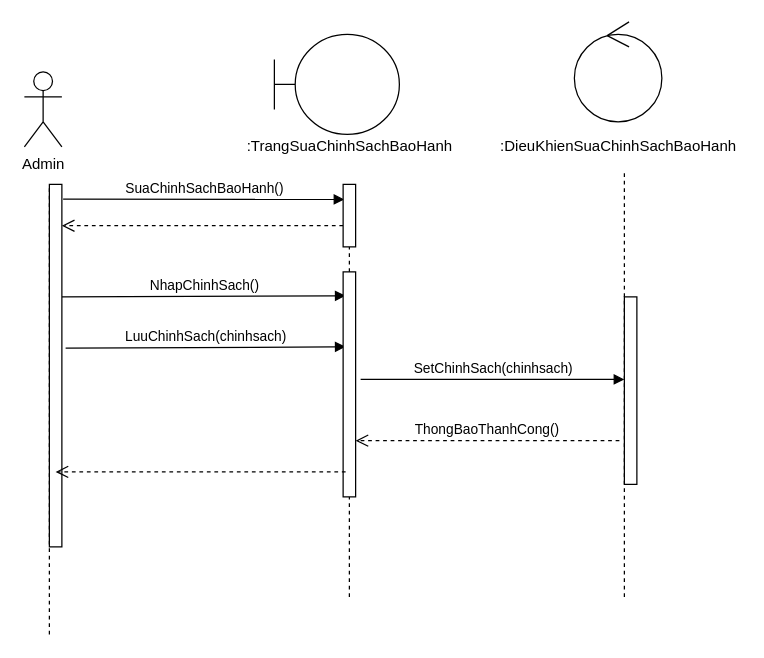
Earlier version of the draw.io diagram Sequence/SuaChinhSachBaoHanh.drawio (hoangminh15/PTTKHT). Source tidied: cells renumbered, new cells numbered last; positions are measured from the earlier drawing's top-left corner, leaving out a move shared by most shapes. Both pictures are drawn from the tidied source at 125%, with x=0, y=0 at pixel (24, 21).
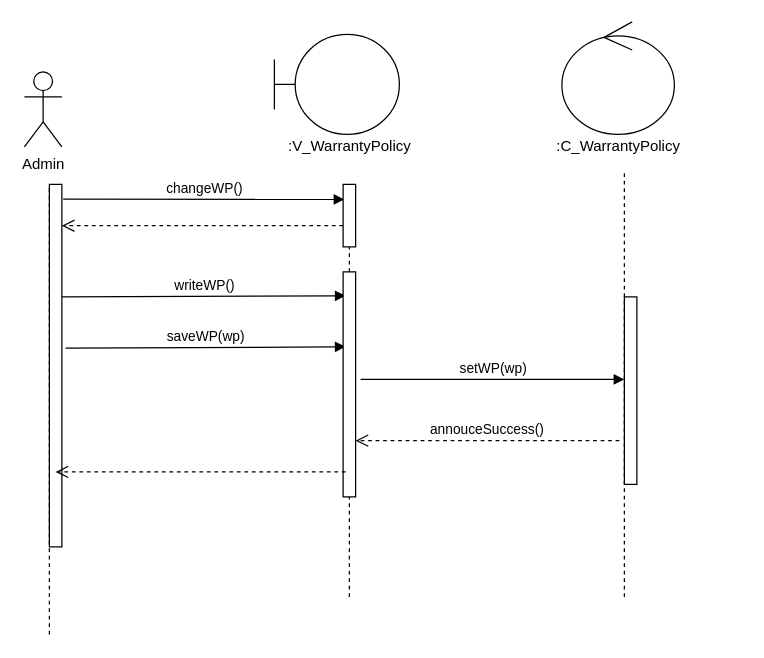
The same page after the edit.

Unchanged cells that the change refers to:
```xml
<mxCell id="14" style="html=1;points=[];perimeter=orthogonalPerimeter;" parent="1" vertex="1">
  <mxGeometry x="255" y="130" width="10" height="50" as="geometry" />
</mxCell>
<mxCell id="16" style="html=1;points=[];perimeter=orthogonalPerimeter;" parent="1" vertex="1">
  <mxGeometry x="20" y="130" width="10" height="290" as="geometry" />
</mxCell>
<mxCell id="17" style="html=1;points=[];perimeter=orthogonalPerimeter;" parent="1" vertex="1">
  <mxGeometry x="255" y="200" width="10" height="180" as="geometry" />
</mxCell>
<mxCell id="21" style="html=1;points=[];perimeter=orthogonalPerimeter;" parent="1" vertex="1">
  <mxGeometry x="480" y="220" width="10" height="150" as="geometry" />
</mxCell>
```

The edit, as a diff of the source:
```diff
@@
-    <mxCell id="2" value="SuaChinhSachBaoHanh()" style="html=1;verticalAlign=bottom;endArrow=block;exitX=1.1;exitY=0.041;exitDx=0;exitDy=0;exitPerimeter=0;entryX=0.1;entryY=0.24;entryDx=0;entryDy=0;entryPerimeter=0;" parent="1" edge="1" source="16" target="14">
+    <mxCell id="2" value="changeWP()" style="html=1;verticalAlign=bottom;endArrow=block;exitX=1.1;exitY=0.041;exitDx=0;exitDy=0;exitPerimeter=0;entryX=0.1;entryY=0.24;entryDx=0;entryDy=0;entryPerimeter=0;" parent="1" edge="1" source="16" target="14">
       <mxGeometry relative="1" as="geometry" />
     </mxCell>
@@
-    <mxCell id="4" value="NhapChinhSach()" style="html=1;verticalAlign=bottom;endArrow=block;exitX=1;exitY=0.345;exitDx=0;exitDy=0;exitPerimeter=0;entryX=0.2;entryY=0.106;entryDx=0;entryDy=0;entryPerimeter=0;" parent="1" edge="1" target="17">
+    <mxCell id="4" value="writeWP()" style="html=1;verticalAlign=bottom;endArrow=block;exitX=1;exitY=0.345;exitDx=0;exitDy=0;exitPerimeter=0;entryX=0.2;entryY=0.106;entryDx=0;entryDy=0;entryPerimeter=0;" parent="1" edge="1" target="17">
       <mxGeometry relative="1" as="geometry">
         <mxPoint x="30" y="220" as="sourcePoint" />
       </mxGeometry>
     </mxCell>
-    <mxCell id="5" value="LuuChinhSach(chinhsach)" style="html=1;verticalAlign=bottom;endArrow=block;exitX=1.3;exitY=0.452;exitDx=0;exitDy=0;exitPerimeter=0;entryX=0.2;entryY=0.333;entryDx=0;entryDy=0;entryPerimeter=0;" parent="1" edge="1" source="16" target="17">
+    <mxCell id="5" value="saveWP(wp)" style="html=1;verticalAlign=bottom;endArrow=block;exitX=1.3;exitY=0.452;exitDx=0;exitDy=0;exitPerimeter=0;entryX=0.2;entryY=0.333;entryDx=0;entryDy=0;entryPerimeter=0;" parent="1" edge="1" source="16" target="17">
       <mxGeometry relative="1" as="geometry" />
     </mxCell>
-    <mxCell id="6" value="SetChinhSach(chinhsach)" style="html=1;verticalAlign=bottom;endArrow=block;exitX=1.4;exitY=0.478;exitDx=0;exitDy=0;exitPerimeter=0;" parent="1" edge="1" source="17" target="21">
+    <mxCell id="6" value="setWP(wp)" style="html=1;verticalAlign=bottom;endArrow=block;exitX=1.4;exitY=0.478;exitDx=0;exitDy=0;exitPerimeter=0;" parent="1" edge="1" source="17" target="21">
       <mxGeometry relative="1" as="geometry" />
     </mxCell>
-    <mxCell id="7" value="ThongBaoThanhCong()" style="html=1;verticalAlign=bottom;endArrow=open;dashed=1;endSize=8;exitX=-0.4;exitY=0.767;exitDx=0;exitDy=0;exitPerimeter=0;" parent="1" edge="1" source="21" target="17">
+    <mxCell id="7" value="annouceSuccess()" style="html=1;verticalAlign=bottom;endArrow=open;dashed=1;endSize=8;exitX=-0.4;exitY=0.767;exitDx=0;exitDy=0;exitPerimeter=0;" parent="1" edge="1" source="21" target="17">
       <mxGeometry relative="1" as="geometry" />
     </mxCell>
-    <mxCell id="8" value=":TrangSuaChinhSachBaoHanh" style="text;html=1;align=center;verticalAlign=middle;" parent="1" vertex="1">
-      <mxGeometry x="175" y="90" width="170" height="20" as="geometry" />
+    <mxCell id="8" value=":V_WarrantyPolicy" style="text;html=1;align=center;verticalAlign=middle;" parent="1" vertex="1">
+      <mxGeometry x="205" y="90" width="110" height="20" as="geometry" />
     </mxCell>
-    <mxCell id="9" value=":DieuKhienSuaChinhSachBaoHanh" style="text;html=1;align=center;verticalAlign=middle;" parent="1" vertex="1">
-      <mxGeometry x="375" y="90" width="200" height="20" as="geometry" />
+    <mxCell id="9" value=":C_WarrantyPolicy" style="text;html=1;align=center;verticalAlign=middle;" parent="1" vertex="1">
+      <mxGeometry x="420" y="90" width="110" height="20" as="geometry" />
     </mxCell>
@@
     <mxCell id="19" style="ellipse;shape=umlControl;whiteSpace=wrap;html=1;" parent="1" vertex="1">
-      <mxGeometry x="440" width="70" height="80" as="geometry" />
+      <mxGeometry x="430" width="90" height="90" as="geometry" />
     </mxCell>
```
